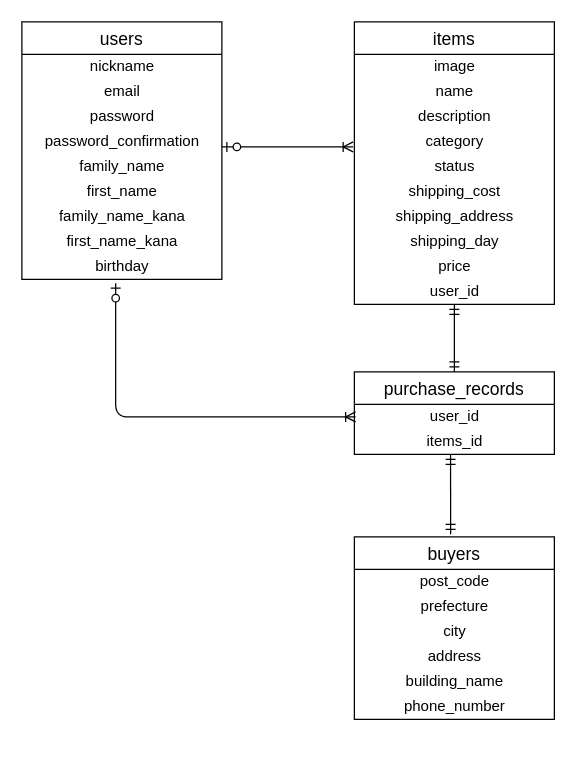
Earlier version of the draw.io diagram test.dio (taku38550/furima-38550). Source tidied: cells renumbered, new cells numbered last; positions are measured from the earlier drawing's top-left corner, leaving out a move shared by most shapes. Both pictures are drawn from the tidied source at 125%, with x=0, y=0 at pixel (21, 21).
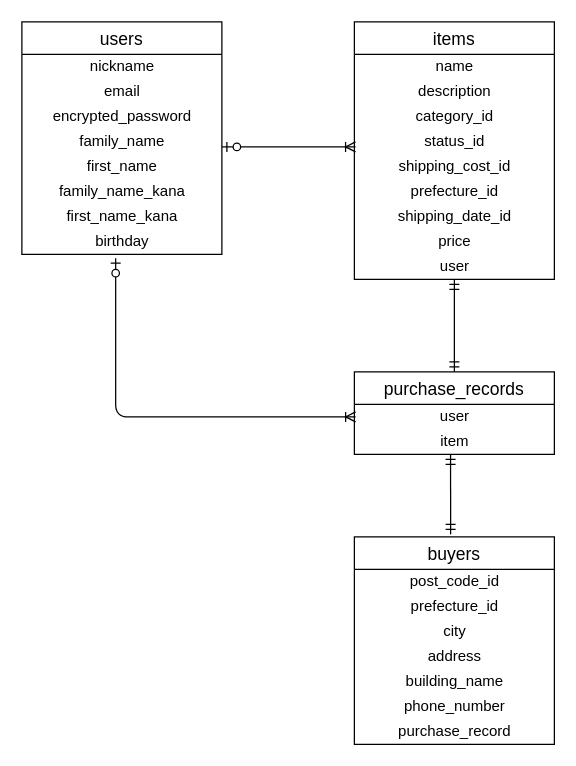
The same diagram, later.

Commit message (it also covers changes not shown here):
データベース設計修正

The change refers to these unchanged cells:
```xml
<mxCell id="30" value="purchase_records" style="swimlane;fontStyle=0;horizontal=1;startSize=26;align=center;fontSize=14;" parent="1" vertex="1">
  <mxGeometry x="266" y="280" width="160" height="66" as="geometry" />
</mxCell>
```

What changed in the source:
```diff
@@
     <mxCell id="2" value="users" style="swimlane;fontStyle=0;horizontal=1;startSize=26;align=center;fontSize=14;" parent="1" vertex="1">
-      <mxGeometry width="160" height="206" as="geometry" />
+      <mxGeometry width="160" height="186" as="geometry" />
     </mxCell>
@@
-    <mxCell id="5" value="password" style="text;html=1;align=center;verticalAlign=middle;strokeColor=none;fillColor=none;" parent="2" vertex="1">
+    <mxCell id="5" value="encrypted_password" style="text;html=1;align=center;verticalAlign=middle;strokeColor=none;fillColor=none;" parent="2" vertex="1">
       <mxGeometry y="66" width="160" height="20" as="geometry" />
     </mxCell>
-    <mxCell id="6" value="password_confirmation" style="text;html=1;align=center;verticalAlign=middle;strokeColor=none;fillColor=none;" parent="2" vertex="1">
-      <mxGeometry y="86" width="160" height="20" as="geometry" />
-    </mxCell>
     <mxCell id="7" value="family_name" style="text;html=1;align=center;verticalAlign=middle;strokeColor=none;fillColor=none;" parent="2" vertex="1">
-      <mxGeometry y="106" width="160" height="20" as="geometry" />
+      <mxGeometry y="86" width="160" height="20" as="geometry" />
     </mxCell>
     <mxCell id="8" value="first_name" style="text;html=1;align=center;verticalAlign=middle;strokeColor=none;fillColor=none;" parent="2" vertex="1">
-      <mxGeometry y="126" width="160" height="20" as="geometry" />
+      <mxGeometry y="106" width="160" height="20" as="geometry" />
     </mxCell>
     <mxCell id="9" value="family_name_kana" style="text;html=1;align=center;verticalAlign=middle;strokeColor=none;fillColor=none;" parent="2" vertex="1">
-      <mxGeometry y="146" width="160" height="20" as="geometry" />
+      <mxGeometry y="126" width="160" height="20" as="geometry" />
     </mxCell>
     <mxCell id="10" value="first_name_kana" style="text;html=1;align=center;verticalAlign=middle;strokeColor=none;fillColor=none;" parent="2" vertex="1">
-      <mxGeometry y="166" width="160" height="20" as="geometry" />
+      <mxGeometry y="146" width="160" height="20" as="geometry" />
     </mxCell>
     <mxCell id="11" value="birthday" style="text;html=1;align=center;verticalAlign=middle;points=[];strokeColor=none;fillColor=none;" parent="2" vertex="1">
-      <mxGeometry y="186" width="160" height="20" as="geometry" />
+      <mxGeometry y="166" width="160" height="20" as="geometry" />
     </mxCell>
     <mxCell id="12" value="items" style="swimlane;fontStyle=0;horizontal=1;startSize=26;align=center;fontSize=14;" parent="1" vertex="1">
-      <mxGeometry x="266" width="160" height="226" as="geometry" />
+      <mxGeometry x="266" width="160" height="206" as="geometry" />
     </mxCell>
-    <mxCell id="13" value="image" style="text;html=1;align=center;verticalAlign=middle;strokeColor=none;fillColor=none;" parent="12" vertex="1">
-      <mxGeometry y="26" width="160" height="20" as="geometry" />
-    </mxCell>
     <mxCell id="14" value="name" style="text;html=1;align=center;verticalAlign=middle;strokeColor=none;fillColor=none;" parent="12" vertex="1">
-      <mxGeometry y="46" width="160" height="20" as="geometry" />
+      <mxGeometry y="26" width="160" height="20" as="geometry" />
     </mxCell>
     <mxCell id="15" value="description" style="text;html=1;align=center;verticalAlign=middle;strokeColor=none;fillColor=none;" parent="12" vertex="1">
-      <mxGeometry y="66" width="160" height="20" as="geometry" />
+      <mxGeometry y="46" width="160" height="20" as="geometry" />
     </mxCell>
-    <mxCell id="16" value="category" style="text;html=1;align=center;verticalAlign=middle;points=[];strokeColor=none;fillColor=none;" parent="12" vertex="1">
-      <mxGeometry y="86" width="160" height="20" as="geometry" />
+    <mxCell id="16" value="category_id" style="text;html=1;align=center;verticalAlign=middle;points=[];strokeColor=none;fillColor=none;" parent="12" vertex="1">
+      <mxGeometry y="66" width="160" height="20" as="geometry" />
     </mxCell>
-    <mxCell id="17" value="status" style="text;html=1;align=center;verticalAlign=middle;points=[];strokeColor=none;fillColor=none;" parent="12" vertex="1">
-      <mxGeometry y="106" width="160" height="20" as="geometry" />
+    <mxCell id="17" value="status_id" style="text;html=1;align=center;verticalAlign=middle;points=[];strokeColor=none;fillColor=none;" parent="12" vertex="1">
+      <mxGeometry y="86" width="160" height="20" as="geometry" />
     </mxCell>
-    <mxCell id="18" value="shipping_cost" style="text;html=1;align=center;verticalAlign=middle;strokeColor=none;fillColor=none;" parent="12" vertex="1">
-      <mxGeometry y="126" width="160" height="20" as="geometry" />
+    <mxCell id="18" value="shipping_cost_id" style="text;html=1;align=center;verticalAlign=middle;strokeColor=none;fillColor=none;" parent="12" vertex="1">
+      <mxGeometry y="106" width="160" height="20" as="geometry" />
     </mxCell>
-    <mxCell id="19" value="shipping_address" style="text;html=1;align=center;verticalAlign=middle;strokeColor=none;fillColor=none;" parent="12" vertex="1">
-      <mxGeometry y="146" width="160" height="20" as="geometry" />
+    <mxCell id="19" value="prefecture_id" style="text;html=1;align=center;verticalAlign=middle;strokeColor=none;fillColor=none;" parent="12" vertex="1">
+      <mxGeometry y="126" width="160" height="20" as="geometry" />
     </mxCell>
-    <mxCell id="20" value="shipping_day" style="text;html=1;align=center;verticalAlign=middle;strokeColor=none;fillColor=none;" parent="12" vertex="1">
-      <mxGeometry y="166" width="160" height="20" as="geometry" />
+    <mxCell id="20" value="shipping_date_id" style="text;html=1;align=center;verticalAlign=middle;strokeColor=none;fillColor=none;" parent="12" vertex="1">
+      <mxGeometry y="146" width="160" height="20" as="geometry" />
     </mxCell>
     <mxCell id="21" value="price" style="text;html=1;align=center;verticalAlign=middle;strokeColor=none;fillColor=none;" parent="12" vertex="1">
-      <mxGeometry y="186" width="160" height="20" as="geometry" />
+      <mxGeometry y="166" width="160" height="20" as="geometry" />
     </mxCell>
-    <mxCell id="22" value="user_id" style="text;html=1;align=center;verticalAlign=middle;points=[];strokeColor=none;fillColor=none;" parent="12" vertex="1">
-      <mxGeometry y="206" width="160" height="20" as="geometry" />
+    <mxCell id="22" value="user" style="text;html=1;align=center;verticalAlign=middle;points=[];strokeColor=none;fillColor=none;" parent="12" vertex="1">
+      <mxGeometry y="186" width="160" height="20" as="geometry" />
     </mxCell>
     <mxCell id="23" value="buyers" style="swimlane;fontStyle=0;horizontal=1;startSize=26;align=center;fontSize=14;" parent="1" vertex="1">
-      <mxGeometry x="266" y="412" width="160" height="146" as="geometry" />
+      <mxGeometry x="266" y="412" width="160" height="166" as="geometry" />
     </mxCell>
-    <mxCell id="24" value="post_code" style="text;html=1;align=center;verticalAlign=middle;strokeColor=none;fillColor=none;" parent="23" vertex="1">
+    <mxCell id="24" value="post_code_id" style="text;html=1;align=center;verticalAlign=middle;strokeColor=none;fillColor=none;" parent="23" vertex="1">
       <mxGeometry y="26" width="160" height="20" as="geometry" />
     </mxCell>
-    <mxCell id="25" value="prefecture" style="text;html=1;align=center;verticalAlign=middle;strokeColor=none;fillColor=none;" parent="23" vertex="1">
+    <mxCell id="25" value="prefecture_id" style="text;html=1;align=center;verticalAlign=middle;strokeColor=none;fillColor=none;" parent="23" vertex="1">
       <mxGeometry y="46" width="160" height="20" as="geometry" />
     </mxCell>
@@
+    <mxCell id="37" value="purchase_record" style="text;html=1;align=center;verticalAlign=middle;strokeColor=none;fillColor=none;" parent="23" vertex="1">
+      <mxGeometry y="146" width="160" height="20" as="geometry" />
+    </mxCell>
@@
-    <mxCell id="31" value="user_id" style="text;html=1;align=center;verticalAlign=middle;strokeColor=none;fillColor=none;rotation=0;" parent="30" vertex="1">
+    <mxCell id="31" value="user" style="text;html=1;align=center;verticalAlign=middle;strokeColor=none;fillColor=none;rotation=0;" parent="30" vertex="1">
       <mxGeometry y="26" width="160" height="20" as="geometry" />
     </mxCell>
@@
-    <mxCell id="33" value="items_id" style="text;html=1;align=center;verticalAlign=middle;points=[];strokeColor=none;fillColor=none;" parent="30" vertex="1">
+    <mxCell id="33" value="item" style="text;html=1;align=center;verticalAlign=middle;points=[];strokeColor=none;fillColor=none;" parent="30" vertex="1">
       <mxGeometry y="46" width="160" height="20" as="geometry" />
     </mxCell>
-    <mxCell id="34" style="edgeStyle=entityRelationEdgeStyle;fontSize=12;html=1;endArrow=ERoneToMany;startArrow=ERzeroToOne;entryX=-0.006;entryY=0.7;entryDx=0;entryDy=0;entryPerimeter=0;" parent="1" edge="1" target="16">
+    <mxCell id="34" style="edgeStyle=entityRelationEdgeStyle;fontSize=12;html=1;endArrow=ERoneToMany;startArrow=ERzeroToOne;entryX=0.006;entryY=0.7;entryDx=0;entryDy=0;entryPerimeter=0;" parent="1" edge="1" target="17">
       <mxGeometry relative="1" as="geometry">
         <mxPoint x="160" y="100" as="sourcePoint" />
       </mxGeometry>
     </mxCell>
```
